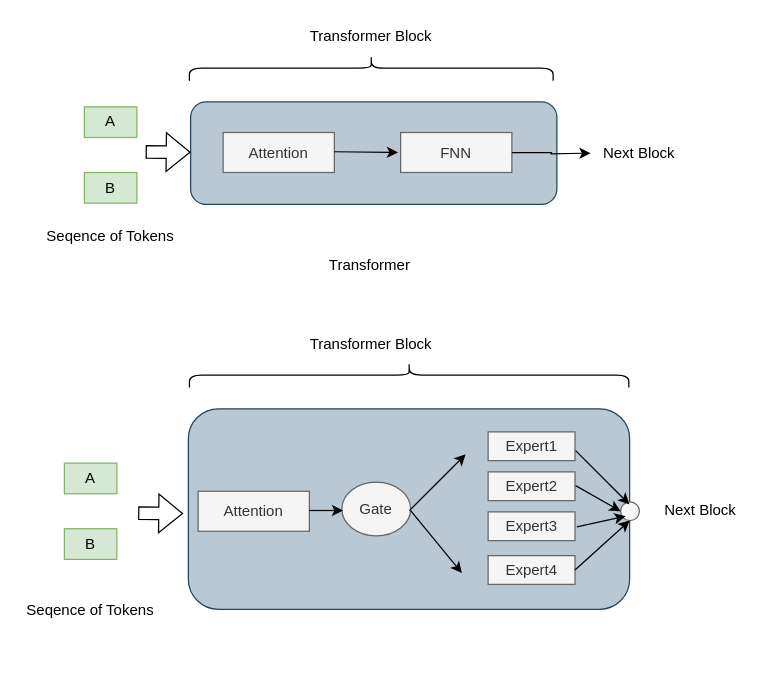
Before: EdgeMoE.drawio in HanYang1385/Master-Thesis, a draw.io diagram. Source tidied: cells renumbered, new cells numbered last; positions are measured from the earlier drawing's top-left corner, leaving out a move shared by most shapes. Both pictures are drawn from the tidied source at 125%, with x=0, y=0 at pixel (21, -115).
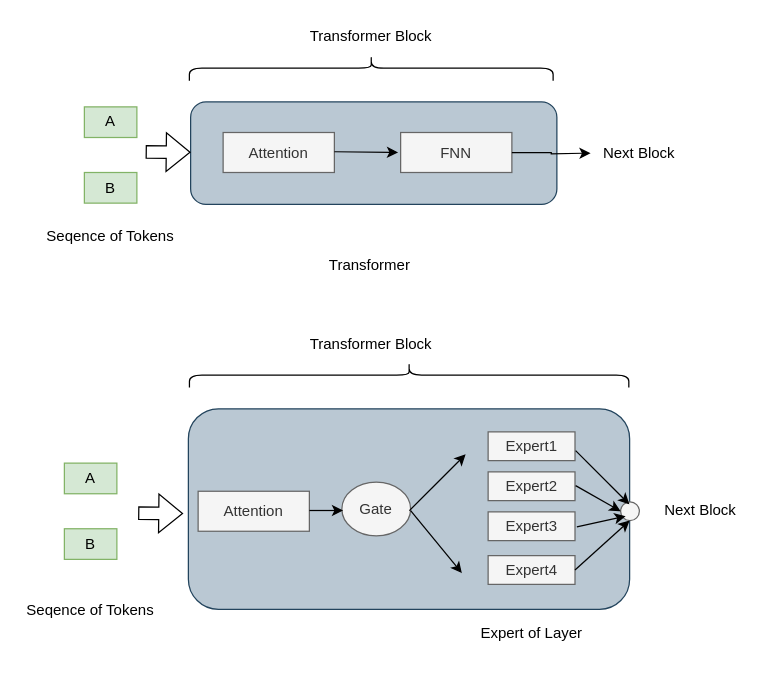
After the change.

Change to the diagram source:
```diff
@@
+    <mxCell id="37" value="Expert of Layer" style="text;html=1;strokeColor=none;fillColor=none;align=center;verticalAlign=middle;whiteSpace=wrap;rounded=0;" parent="1" vertex="1">
+      <mxGeometry x="352.8" y="583" width="110" height="30" as="geometry" />
+    </mxCell>
```
